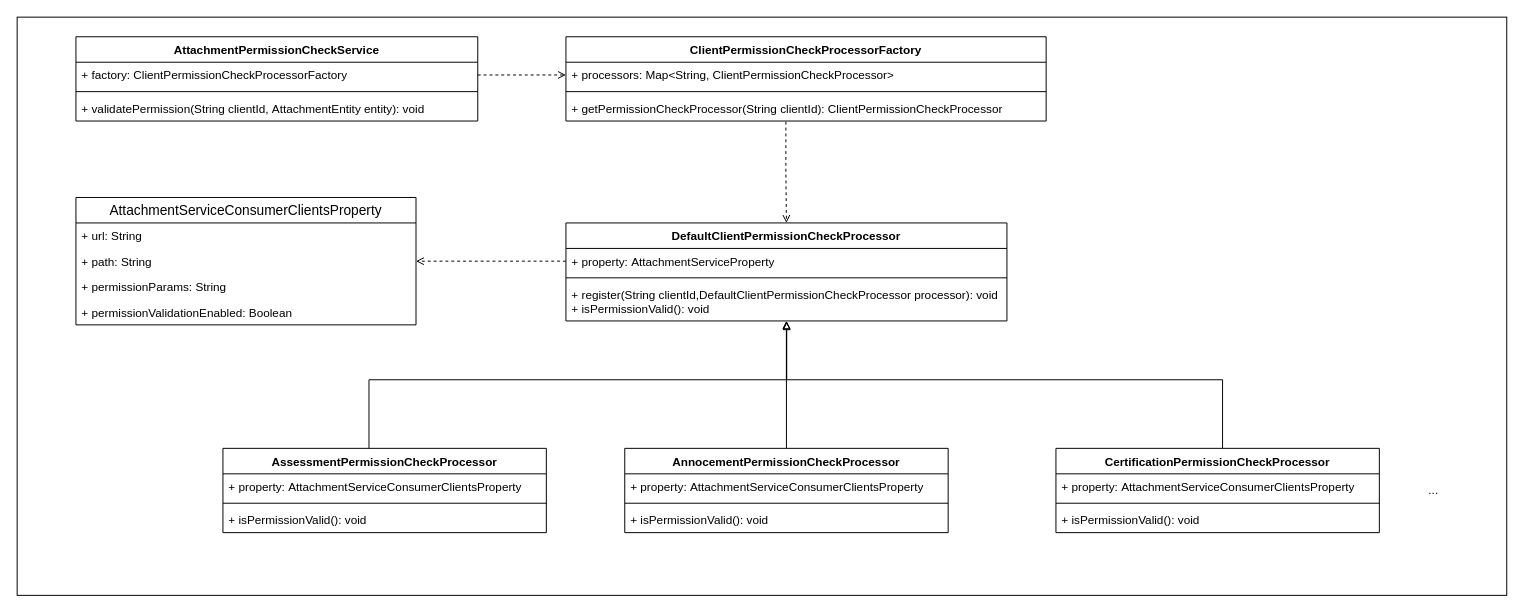
Before: page "Permission Check Class" (2 of 3) of attachment-service-block.drawio in huangshijie/Drawio, a draw.io diagram. Source tidied: cells renumbered, new cells numbered last; positions are measured from the earlier drawing's top-left corner, leaving out a move shared by most shapes. Both pictures are drawn from the tidied source at 98%, with x=0, y=0 at pixel (17, 17).
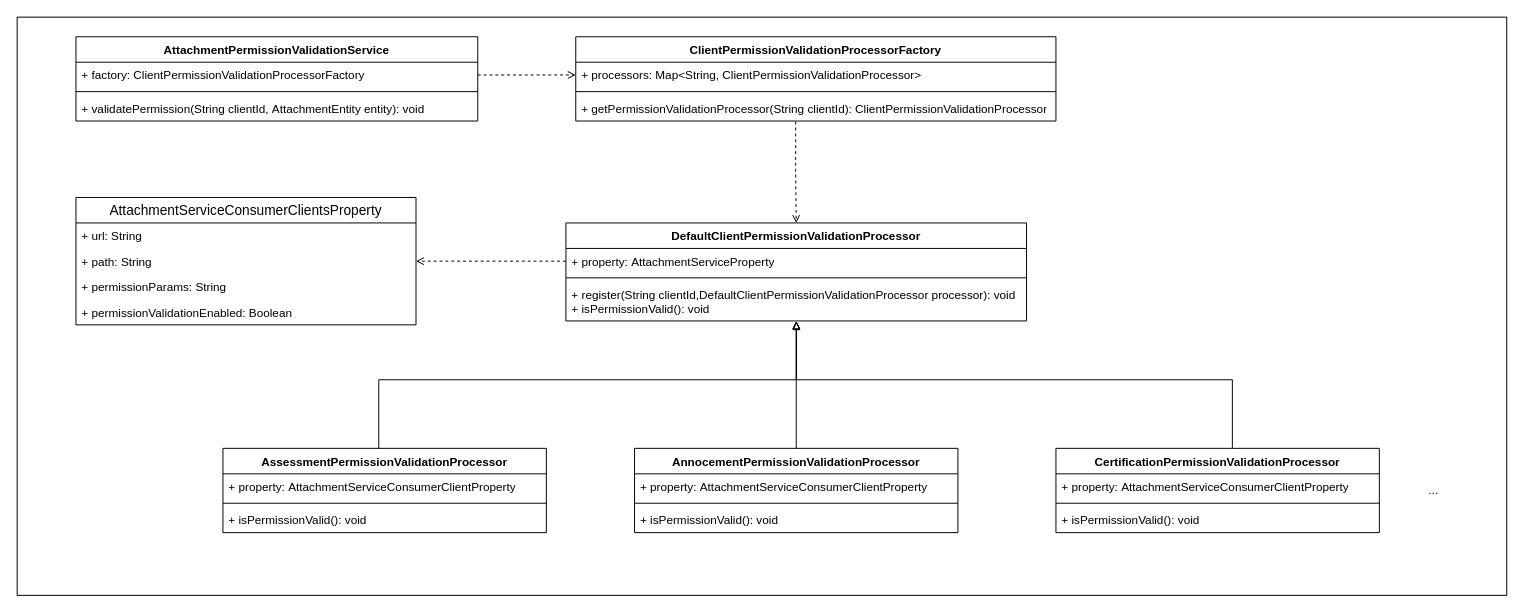
The same page after the edit.

What changed in the source:
```diff
@@
-    <mxCell id="3" value="ClientPermissionCheckProcessorFactory" style="swimlane;fontStyle=1;align=center;verticalAlign=top;horizontal=1;startSize=26;whiteSpace=wrap;html=1;" parent="1" vertex="1">
-      <mxGeometry x="560" y="20" width="490" height="86" as="geometry" />
+    <mxCell id="3" value="ClientPermissionValidationProcessorFactory" style="swimlane;fontStyle=1;align=center;verticalAlign=top;horizontal=1;startSize=26;whiteSpace=wrap;html=1;" parent="1" vertex="1">
+      <mxGeometry x="570" y="20" width="490" height="86" as="geometry" />
     </mxCell>
-    <mxCell id="4" value="+ processors: Map&amp;lt;String,&amp;nbsp;ClientPermissionCheckProcessor&amp;gt;" style="text;strokeColor=none;fillColor=none;align=left;verticalAlign=top;spacingLeft=4;spacingRight=4;overflow=hidden;points=[[0,0.5],[1,0.5]];portConstraint=eastwest;whiteSpace=wrap;html=1;" parent="3" vertex="1">
+    <mxCell id="4" value="+ processors: Map&amp;lt;String,&amp;nbsp;ClientPermissionValidationProcessor&amp;gt;" style="text;strokeColor=none;fillColor=none;align=left;verticalAlign=top;spacingLeft=4;spacingRight=4;overflow=hidden;points=[[0,0.5],[1,0.5]];portConstraint=eastwest;whiteSpace=wrap;html=1;" parent="3" vertex="1">
       <mxGeometry y="26" width="490" height="26" as="geometry" />
     </mxCell>
@@
-    <mxCell id="6" value="+ getPermissionCheckProcessor(String clientId):&amp;nbsp;ClientPermissionCheckProcessor" style="text;strokeColor=none;fillColor=none;align=left;verticalAlign=top;spacingLeft=4;spacingRight=4;overflow=hidden;points=[[0,0.5],[1,0.5]];portConstraint=eastwest;whiteSpace=wrap;html=1;" parent="3" vertex="1">
+    <mxCell id="6" value="+ getPermissionValidationProcessor(String clientId):&amp;nbsp;ClientPermissionValidationProcessor" style="text;strokeColor=none;fillColor=none;align=left;verticalAlign=top;spacingLeft=4;spacingRight=4;overflow=hidden;points=[[0,0.5],[1,0.5]];portConstraint=eastwest;whiteSpace=wrap;html=1;" parent="3" vertex="1">
       <mxGeometry y="60" width="490" height="26" as="geometry" />
     </mxCell>
-    <mxCell id="7" value="DefaultClientPermissionCheckProcessor" style="swimlane;fontStyle=1;align=center;verticalAlign=top;horizontal=1;startSize=26;whiteSpace=wrap;html=1;" parent="1" vertex="1">
-      <mxGeometry x="560" y="210" width="450" height="100" as="geometry" />
+    <mxCell id="7" value="DefaultClientPermissionValidationProcessor" style="swimlane;fontStyle=1;align=center;verticalAlign=top;horizontal=1;startSize=26;whiteSpace=wrap;html=1;" parent="1" vertex="1">
+      <mxGeometry x="560" y="210" width="470" height="100" as="geometry" />
     </mxCell>
     <mxCell id="8" value="+ property:&amp;nbsp;AttachmentServiceProperty" style="text;strokeColor=none;fillColor=none;align=left;verticalAlign=top;spacingLeft=4;spacingRight=4;overflow=hidden;points=[[0,0.5],[1,0.5]];portConstraint=eastwest;whiteSpace=wrap;html=1;" parent="7" vertex="1">
-      <mxGeometry y="26" width="450" height="26" as="geometry" />
+      <mxGeometry y="26" width="470" height="26" as="geometry" />
     </mxCell>
     <mxCell id="9" style="line;strokeWidth=1;fillColor=none;align=left;verticalAlign=middle;spacingTop=-1;spacingLeft=3;spacingRight=3;labelPosition=right;strokeColor=inherit;" parent="7" vertex="1">
-      <mxGeometry y="52" width="450" height="8" as="geometry" />
+      <mxGeometry y="52" width="470" height="8" as="geometry" />
     </mxCell>
-    <mxCell id="10" value="+ register(String clientId,DefaultClientPermissionCheckProcessor processor): void&lt;br&gt;+ isPermissionValid(): void" style="text;strokeColor=none;fillColor=none;align=left;verticalAlign=top;spacingLeft=4;spacingRight=4;overflow=hidden;points=[[0,0.5],[1,0.5]];portConstraint=eastwest;whiteSpace=wrap;html=1;" parent="7" vertex="1">
-      <mxGeometry y="60" width="450" height="40" as="geometry" />
+    <mxCell id="10" value="+ register(String clientId,DefaultClientPermissionValidationProcessor processor): void&lt;br&gt;+ isPermissionValid(): void" style="text;strokeColor=none;fillColor=none;align=left;verticalAlign=top;spacingLeft=4;spacingRight=4;overflow=hidden;points=[[0,0.5],[1,0.5]];portConstraint=eastwest;whiteSpace=wrap;html=1;" parent="7" vertex="1">
+      <mxGeometry y="60" width="470" height="40" as="geometry" />
     </mxCell>
-    <mxCell id="11" value="AssessmentPermissionCheckProcessor" style="swimlane;fontStyle=1;align=center;verticalAlign=top;horizontal=1;startSize=26;whiteSpace=wrap;html=1;" parent="1" vertex="1">
+    <mxCell id="11" value="AssessmentPermissionValidationProcessor" style="swimlane;fontStyle=1;align=center;verticalAlign=top;horizontal=1;startSize=26;whiteSpace=wrap;html=1;" parent="1" vertex="1">
       <mxGeometry x="210" y="440" width="330" height="86" as="geometry" />
     </mxCell>
-    <mxCell id="12" value="+ property:&amp;nbsp;AttachmentServiceConsumerClientsProperty" style="text;strokeColor=none;fillColor=none;align=left;verticalAlign=top;spacingLeft=4;spacingRight=4;overflow=hidden;whiteSpace=wrap;html=1;" parent="11" vertex="1">
+    <mxCell id="12" value="+ property:&amp;nbsp;AttachmentServiceConsumerClientProperty" style="text;strokeColor=none;fillColor=none;align=left;verticalAlign=top;spacingLeft=4;spacingRight=4;overflow=hidden;whiteSpace=wrap;html=1;" parent="11" vertex="1">
       <mxGeometry y="26" width="330" height="26" as="geometry" />
     </mxCell>
@@
-    <mxCell id="15" value="CertificationPermissionCheckProcessor" style="swimlane;fontStyle=1;align=center;verticalAlign=top;horizontal=1;startSize=26;whiteSpace=wrap;html=1;" parent="1" vertex="1">
+    <mxCell id="15" value="CertificationPermissionValidationProcessor" style="swimlane;fontStyle=1;align=center;verticalAlign=top;horizontal=1;startSize=26;whiteSpace=wrap;html=1;" parent="1" vertex="1">
       <mxGeometry x="1060" y="440" width="330" height="86" as="geometry" />
     </mxCell>
-    <mxCell id="16" value="+ property:&amp;nbsp;AttachmentServiceConsumerClientsProperty" style="text;strokeColor=none;fillColor=none;align=left;verticalAlign=top;spacingLeft=4;spacingRight=4;overflow=hidden;whiteSpace=wrap;html=1;" parent="15" vertex="1">
+    <mxCell id="16" value="+ property:&amp;nbsp;AttachmentServiceConsumerClientProperty" style="text;strokeColor=none;fillColor=none;align=left;verticalAlign=top;spacingLeft=4;spacingRight=4;overflow=hidden;whiteSpace=wrap;html=1;" parent="15" vertex="1">
       <mxGeometry y="26" width="330" height="26" as="geometry" />
     </mxCell>
@@
-    <mxCell id="19" value="AnnocementPermissionCheckProcessor" style="swimlane;fontStyle=1;align=center;verticalAlign=top;horizontal=1;startSize=26;whiteSpace=wrap;html=1;" parent="1" vertex="1">
-      <mxGeometry x="620" y="440" width="330" height="86" as="geometry" />
+    <mxCell id="19" value="AnnocementPermissionValidationProcessor" style="swimlane;fontStyle=1;align=center;verticalAlign=top;horizontal=1;startSize=26;whiteSpace=wrap;html=1;" parent="1" vertex="1">
+      <mxGeometry x="630" y="440" width="330" height="86" as="geometry" />
     </mxCell>
-    <mxCell id="20" value="+ property:&amp;nbsp;AttachmentServiceConsumerClientsProperty" style="text;strokeColor=none;fillColor=none;align=left;verticalAlign=top;spacingLeft=4;spacingRight=4;overflow=hidden;whiteSpace=wrap;html=1;" parent="19" vertex="1">
+    <mxCell id="20" value="+ property:&amp;nbsp;AttachmentServiceConsumerClientProperty" style="text;strokeColor=none;fillColor=none;align=left;verticalAlign=top;spacingLeft=4;spacingRight=4;overflow=hidden;whiteSpace=wrap;html=1;" parent="19" vertex="1">
       <mxGeometry y="26" width="330" height="26" as="geometry" />
     </mxCell>
@@
-    <mxCell id="23" value="AttachmentPermissionCheckService" style="swimlane;fontStyle=1;align=center;verticalAlign=top;horizontal=1;startSize=26;whiteSpace=wrap;html=1;" parent="1" vertex="1">
+    <mxCell id="23" value="AttachmentPermissionValidationService" style="swimlane;fontStyle=1;align=center;verticalAlign=top;horizontal=1;startSize=26;whiteSpace=wrap;html=1;" parent="1" vertex="1">
       <mxGeometry x="60" y="20" width="410" height="86" as="geometry" />
     </mxCell>
-    <mxCell id="24" value="+ factory:&amp;nbsp;ClientPermissionCheckProcessorFactory" style="text;strokeColor=none;fillColor=none;align=left;verticalAlign=top;spacingLeft=4;spacingRight=4;overflow=hidden;points=[[0,0.5],[1,0.5]];portConstraint=eastwest;whiteSpace=wrap;html=1;" parent="23" vertex="1">
+    <mxCell id="24" value="+ factory:&amp;nbsp;ClientPermissionValidationProcessorFactory" style="text;strokeColor=none;fillColor=none;align=left;verticalAlign=top;spacingLeft=4;spacingRight=4;overflow=hidden;points=[[0,0.5],[1,0.5]];portConstraint=eastwest;whiteSpace=wrap;html=1;" parent="23" vertex="1">
       <mxGeometry y="26" width="410" height="26" as="geometry" />
     </mxCell>
@@
     <mxCell id="35" style="endArrow=block;html=1;rounded=0;endFill=0;entryX=0.503;entryY=1.021;entryDx=0;entryDy=0;entryPerimeter=0;edgeStyle=orthogonalEdgeStyle;" parent="1" edge="1">
       <mxGeometry relative="1" as="geometry">
-        <mxPoint x="359" y="440" as="sourcePoint" />
-        <mxPoint x="785.3" y="310.8" as="targetPoint" />
+        <mxPoint x="369" y="440" as="sourcePoint" />
+        <mxPoint x="795.3" y="310.8" as="targetPoint" />
         <Array as="points">
-          <mxPoint x="359" y="370" />
-          <mxPoint x="785" y="370" />
+          <mxPoint x="369" y="370" />
+          <mxPoint x="795" y="370" />
         </Array>
       </mxGeometry>
     </mxCell>
@@
     <mxCell id="37" style="endArrow=block;html=1;rounded=0;endFill=0;exitX=0.5;exitY=0;exitDx=0;exitDy=0;edgeStyle=orthogonalEdgeStyle;" parent="1" edge="1">
       <mxGeometry relative="1" as="geometry">
-        <mxPoint x="1230" y="440" as="sourcePoint" />
-        <mxPoint x="785" y="310" as="targetPoint" />
+        <mxPoint x="1240" y="440" as="sourcePoint" />
+        <mxPoint x="795" y="310" as="targetPoint" />
         <Array as="points">
-          <mxPoint x="1230" y="370" />
-          <mxPoint x="785" y="370" />
+          <mxPoint x="1240" y="370" />
+          <mxPoint x="795" y="370" />
         </Array>
       </mxGeometry>
     </mxCell>
```
